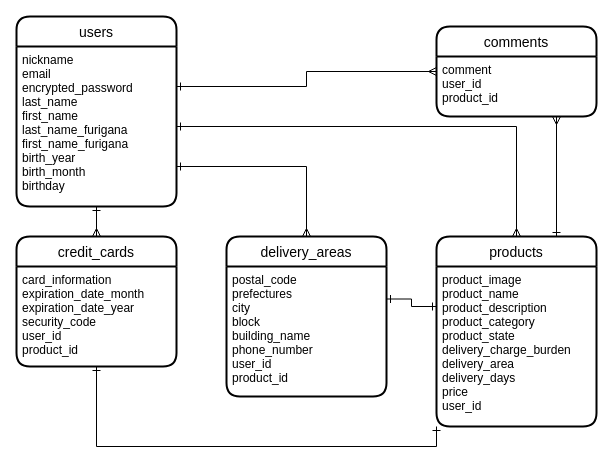
Above: er.dio in HijiriOkuhara/furima-36024 (draw.io), before the change. Source tidied: cells renumbered, new cells numbered last; positions are measured from the earlier drawing's top-left corner, leaving out a move shared by most shapes. Both pictures are drawn from the tidied source at 100%, with x=0, y=0 at pixel (16, 16).
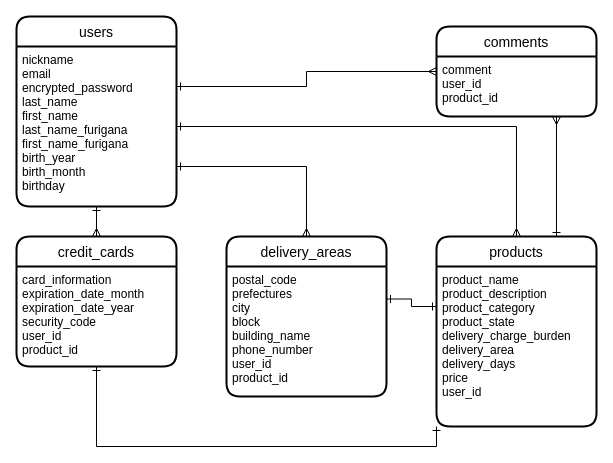
After the change.

Commit message (it also covers changes not shown here):
product_imageカラムの記載を削除

What changed in the source:
```diff
@@
 <mxGraphModel>
   <root>
     <mxCell id="0" />
     <mxCell id="1" parent="0" />
     <mxCell id="2" value="users" style="swimlane;horizontal=1;startSize=30;rounded=1;fontSize=14;fontStyle=0;strokeWidth=2;shadow=0;dashed=0;align=center;" parent="1" vertex="1">
       <mxGeometry width="160" height="190" as="geometry" />
     </mxCell>
     <mxCell id="3" value="nickname&#10;email&#10;encrypted_password&#10;last_name&#10;first_name&#10;last_name_furigana&#10;first_name_furigana&#10;birth_year&#10;birth_month&#10;birthday" style="align=left;strokeColor=none;fillColor=none;spacingLeft=4;fontSize=12;verticalAlign=top;" parent="2" vertex="1">
       <mxGeometry y="30" width="160" height="160" as="geometry" />
     </mxCell>
     <mxCell id="4" style="edgeStyle=orthogonalEdgeStyle;rounded=0;jettySize=auto;html=1;exitX=0.75;exitY=0;exitDx=0;exitDy=0;entryX=0.75;entryY=1;entryDx=0;entryDy=0;startArrow=ERone;startFill=0;endArrow=ERmany;endFill=0;" parent="1" edge="1" source="5" target="8">
       <mxGeometry relative="1" as="geometry" />
     </mxCell>
     <mxCell id="5" value="products" style="swimlane;horizontal=1;startSize=30;rounded=1;fontSize=14;fontStyle=0;strokeWidth=2;shadow=0;dashed=0;align=center;" parent="1" vertex="1">
       <mxGeometry x="420" y="220" width="160" height="190" as="geometry" />
     </mxCell>
-    <mxCell id="6" value="product_image&#10;product_name&#10;product_description&#10;product_category&#10;product_state&#10;delivery_charge_burden&#10;delivery_area&#10;delivery_days&#10;price&#10;user_id" style="align=left;strokeColor=none;fillColor=none;spacingLeft=4;fontSize=12;verticalAlign=top;" parent="5" vertex="1">
+    <mxCell id="6" value="product_name&#10;product_description&#10;product_category&#10;product_state&#10;delivery_charge_burden&#10;delivery_area&#10;delivery_days&#10;price&#10;user_id" style="align=left;strokeColor=none;fillColor=none;spacingLeft=4;fontSize=12;verticalAlign=top;" parent="5" vertex="1">
       <mxGeometry y="30" width="160" height="160" as="geometry" />
     </mxCell>
     <mxCell id="7" value="comments" style="swimlane;horizontal=1;startSize=30;rounded=1;fontSize=14;fontStyle=0;strokeWidth=2;shadow=0;dashed=0;align=center;" parent="1" vertex="1">
       <mxGeometry x="420" y="10" width="160" height="90" as="geometry" />
     </mxCell>
     <mxCell id="8" value="comment&#10;user_id&#10;product_id" style="align=left;strokeColor=none;fillColor=none;spacingLeft=4;fontSize=12;verticalAlign=top;" parent="7" vertex="1">
       <mxGeometry y="30" width="160" height="60" as="geometry" />
     </mxCell>
     <mxCell id="9" value="credit_cards" style="swimlane;horizontal=1;startSize=30;rounded=1;fontSize=14;fontStyle=0;strokeWidth=2;shadow=0;dashed=0;align=center;" parent="1" vertex="1">
       <mxGeometry y="220" width="160" height="130" as="geometry" />
     </mxCell>
     <mxCell id="10" value="card_information&#10;expiration_date_month&#10;expiration_date_year&#10;security_code&#10;user_id&#10;product_id" style="align=left;strokeColor=none;fillColor=none;spacingLeft=4;fontSize=12;verticalAlign=top;" parent="9" vertex="1">
       <mxGeometry y="30" width="160" height="100" as="geometry" />
     </mxCell>
     <mxCell id="11" value="delivery_areas" style="swimlane;horizontal=1;startSize=30;rounded=1;fontSize=14;fontStyle=0;strokeWidth=2;shadow=0;dashed=0;align=center;" parent="1" vertex="1">
       <mxGeometry x="210" y="220" width="160" height="160" as="geometry" />
     </mxCell>
     <mxCell id="12" value="postal_code&#10;prefectures&#10;city&#10;block&#10;building_name&#10;phone_number&#10;user_id&#10;product_id" style="align=left;strokeColor=none;fillColor=none;spacingLeft=4;fontSize=12;verticalAlign=top;" parent="11" vertex="1">
       <mxGeometry y="30" width="160" height="130" as="geometry" />
     </mxCell>
     <mxCell id="13" style="edgeStyle=orthogonalEdgeStyle;rounded=0;jettySize=auto;html=1;exitX=1;exitY=0.25;exitDx=0;exitDy=0;entryX=0;entryY=0.25;entryDx=0;entryDy=0;startArrow=ERone;startFill=0;endArrow=ERmany;endFill=0;" parent="1" edge="1" source="3" target="8">
       <mxGeometry relative="1" as="geometry" />
     </mxCell>
     <mxCell id="14" style="edgeStyle=orthogonalEdgeStyle;rounded=0;jettySize=auto;html=1;exitX=0.5;exitY=1;exitDx=0;exitDy=0;entryX=0.5;entryY=0;entryDx=0;entryDy=0;startArrow=ERone;startFill=0;endArrow=ERmany;endFill=0;" parent="1" edge="1" source="3" target="9">
       <mxGeometry relative="1" as="geometry" />
     </mxCell>
     <mxCell id="15" style="edgeStyle=orthogonalEdgeStyle;rounded=0;jettySize=auto;html=1;exitX=1;exitY=0.5;exitDx=0;exitDy=0;entryX=0.5;entryY=0;entryDx=0;entryDy=0;startArrow=ERone;startFill=0;endArrow=ERmany;endFill=0;" parent="1" edge="1" source="3" target="5">
       <mxGeometry relative="1" as="geometry" />
     </mxCell>
     <mxCell id="16" style="edgeStyle=orthogonalEdgeStyle;rounded=0;jettySize=auto;html=1;exitX=1;exitY=0.75;exitDx=0;exitDy=0;entryX=0.5;entryY=0;entryDx=0;entryDy=0;startArrow=ERone;startFill=0;endArrow=ERmany;endFill=0;" parent="1" edge="1" source="3" target="11">
       <mxGeometry relative="1" as="geometry" />
     </mxCell>
     <mxCell id="17" style="edgeStyle=orthogonalEdgeStyle;rounded=0;jettySize=auto;html=1;exitX=0;exitY=0.25;exitDx=0;exitDy=0;entryX=1;entryY=0.25;entryDx=0;entryDy=0;startArrow=ERone;startFill=0;endArrow=ERone;endFill=0;" parent="1" edge="1" source="6" target="12">
       <mxGeometry relative="1" as="geometry" />
     </mxCell>
     <mxCell id="18" style="edgeStyle=orthogonalEdgeStyle;rounded=0;jettySize=auto;html=1;exitX=0;exitY=1;exitDx=0;exitDy=0;entryX=0.5;entryY=1;entryDx=0;entryDy=0;startArrow=ERone;startFill=0;endArrow=ERone;endFill=0;" parent="1" edge="1" source="6" target="10">
       <mxGeometry relative="1" as="geometry" />
     </mxCell>
   </root>
 </mxGraphModel>
```
